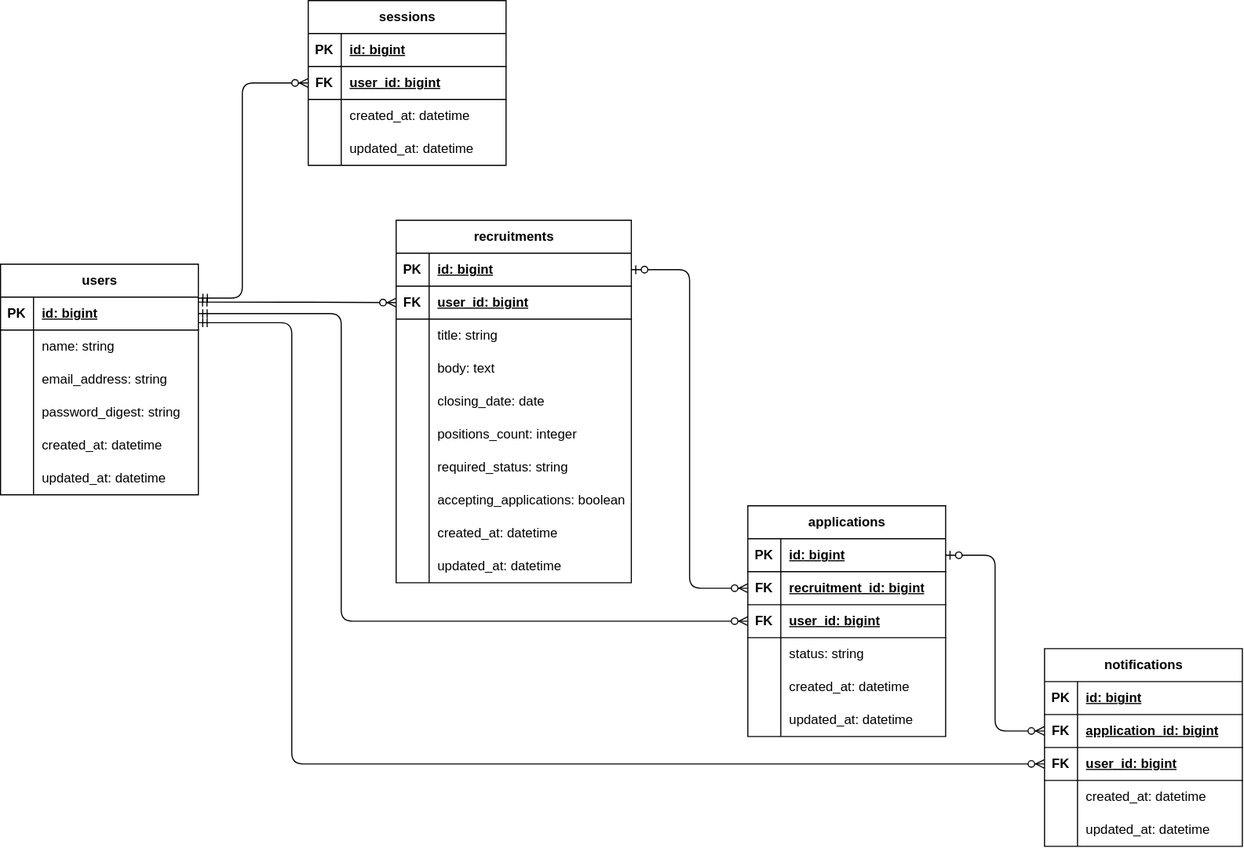
Before: docs/er-diagram.drawio.svg, a diagram exported from draw.io (tnakamura0/team-development-matching). Source tidied: cells renumbered, new cells last; positions are measured from the earlier drawing's top-left corner, leaving out a move shared by most shapes.
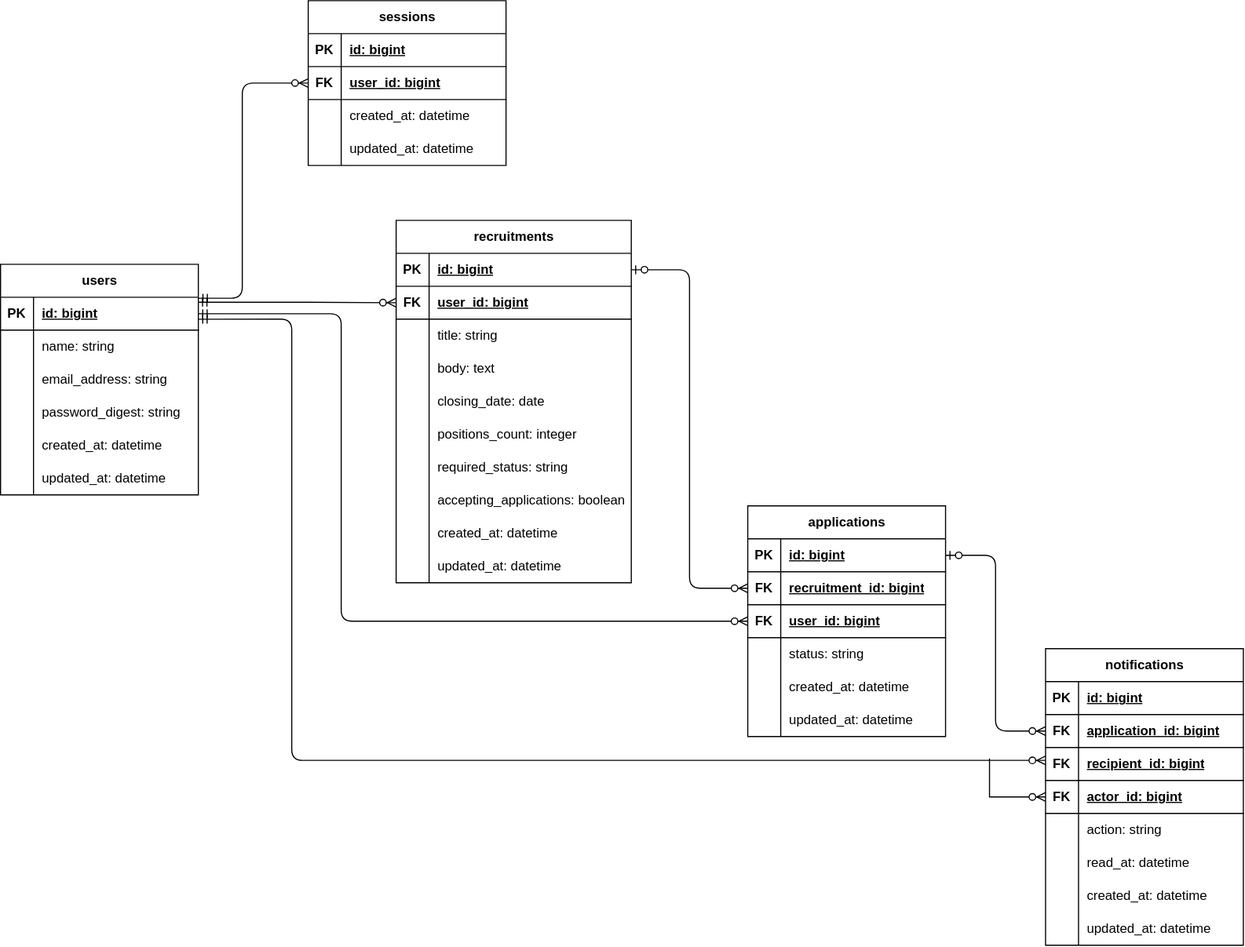
After the change.

Commit message:
docs: 通知機能を追加するためのドキュメント更新 (#118)

Diff of the diagram source:
```diff
@@ -153,7 +153,7 @@
       <mxGeometry x="30" width="184" height="30" as="geometry" />
     </mxCell>
     <mxCell id="52" value="notifications" style="shape=table;startSize=30;rowLines=0;fontStyle=1;align=center;html=1;" parent="1" vertex="1">
-      <mxGeometry x="950" y="590" width="180" height="180" as="geometry" />
+      <mxGeometry x="951" y="590" width="180" height="270" as="geometry" />
     </mxCell>
     <mxCell id="53" style="shape=tableRow;horizontal=0;startSize=0;swimlaneHead=0;swimlaneBody=0;fillColor=none;top=0;left=0;right=0;bottom=1;" parent="52" vertex="1">
       <mxGeometry y="30" width="180" height="30" as="geometry" />
@@ -179,11 +179,38 @@
     <mxCell id="60" value="FK" style="shape=partialRectangle;fillColor=none;top=0;left=0;bottom=0;right=0;fontStyle=1;overflow=hidden;whiteSpace=wrap;html=1;" parent="59" vertex="1">
       <mxGeometry width="30" height="30" as="geometry" />
     </mxCell>
-    <mxCell id="61" value="user_id: bigint" style="shape=partialRectangle;fillColor=none;top=0;left=0;bottom=0;right=0;align=left;spacingLeft=6;fontStyle=5;overflow=hidden;whiteSpace=wrap;html=1;" parent="59" vertex="1">
+    <mxCell id="61" value="recipient_id: bigint" style="shape=partialRectangle;fillColor=none;top=0;left=0;bottom=0;right=0;align=left;spacingLeft=6;fontStyle=5;overflow=hidden;whiteSpace=wrap;html=1;" parent="59" vertex="1">
       <mxGeometry x="30" width="150" height="30" as="geometry" />
     </mxCell>
+    <mxCell id="106" style="shape=tableRow;horizontal=0;startSize=0;swimlaneHead=0;swimlaneBody=0;fillColor=none;points=[[0,0.5],[1,0.5]];portConstraint=eastwest;top=0;left=0;right=0;bottom=1;" parent="52" vertex="1">
+      <mxGeometry y="120" width="180" height="30" as="geometry" />
+    </mxCell>
+    <mxCell id="107" value="FK" style="shape=partialRectangle;fillColor=none;top=0;left=0;bottom=0;right=0;fontStyle=1;overflow=hidden;whiteSpace=wrap;html=1;" parent="106" vertex="1">
+      <mxGeometry width="30" height="30" as="geometry" />
+    </mxCell>
+    <mxCell id="108" value="actor_id: bigint" style="shape=partialRectangle;fillColor=none;top=0;left=0;bottom=0;right=0;align=left;spacingLeft=6;fontStyle=5;overflow=hidden;whiteSpace=wrap;html=1;" parent="106" vertex="1">
+      <mxGeometry x="30" width="150" height="30" as="geometry" />
+    </mxCell>
+    <mxCell id="109" style="shape=tableRow;horizontal=0;startSize=0;swimlaneHead=0;swimlaneBody=0;fillColor=none;top=0;left=0;right=0;bottom=0;" parent="52" vertex="1">
+      <mxGeometry y="150" width="180" height="30" as="geometry" />
+    </mxCell>
+    <mxCell id="110" style="shape=partialRectangle;fillColor=none;top=0;left=0;bottom=0;right=0;overflow=hidden;whiteSpace=wrap;html=1;" parent="109" vertex="1">
+      <mxGeometry width="30" height="30" as="geometry" />
+    </mxCell>
+    <mxCell id="111" value="action: string" style="shape=partialRectangle;fillColor=none;top=0;left=0;bottom=0;right=0;align=left;spacingLeft=6;overflow=hidden;whiteSpace=wrap;html=1;" parent="109" vertex="1">
+      <mxGeometry x="30" width="150" height="30" as="geometry" />
+    </mxCell>
+    <mxCell id="112" style="shape=tableRow;horizontal=0;startSize=0;swimlaneHead=0;swimlaneBody=0;fillColor=none;top=0;left=0;right=0;bottom=0;" parent="52" vertex="1">
+      <mxGeometry y="180" width="180" height="30" as="geometry" />
+    </mxCell>
+    <mxCell id="113" style="shape=partialRectangle;fillColor=none;top=0;left=0;bottom=0;right=0;overflow=hidden;whiteSpace=wrap;html=1;" parent="112" vertex="1">
+      <mxGeometry width="30" height="30" as="geometry" />
+    </mxCell>
+    <mxCell id="114" value="read_at: datetime" style="shape=partialRectangle;fillColor=none;top=0;left=0;bottom=0;right=0;align=left;spacingLeft=6;overflow=hidden;whiteSpace=wrap;html=1;" parent="112" vertex="1">
+      <mxGeometry x="30" width="150" height="30" as="geometry" />
+    </mxCell>
     <mxCell id="62" style="shape=tableRow;horizontal=0;startSize=0;swimlaneHead=0;swimlaneBody=0;fillColor=none;top=0;left=0;right=0;bottom=0;" parent="52" vertex="1">
-      <mxGeometry y="120" width="180" height="30" as="geometry" />
+      <mxGeometry y="210" width="180" height="30" as="geometry" />
     </mxCell>
     <mxCell id="63" style="shape=partialRectangle;fillColor=none;top=0;left=0;bottom=0;right=0;overflow=hidden;whiteSpace=wrap;html=1;" parent="62" vertex="1">
       <mxGeometry width="30" height="30" as="geometry" />
@@ -192,7 +219,7 @@
       <mxGeometry x="30" width="150" height="30" as="geometry" />
     </mxCell>
     <mxCell id="65" style="shape=tableRow;horizontal=0;startSize=0;swimlaneHead=0;swimlaneBody=0;fillColor=none;top=0;left=0;right=0;bottom=0;" parent="52" vertex="1">
-      <mxGeometry y="150" width="180" height="30" as="geometry" />
+      <mxGeometry y="240" width="180" height="30" as="geometry" />
     </mxCell>
     <mxCell id="66" style="shape=partialRectangle;fillColor=none;top=0;left=0;bottom=0;right=0;overflow=hidden;whiteSpace=wrap;html=1;" parent="65" vertex="1">
       <mxGeometry width="30" height="30" as="geometry" />
@@ -268,11 +295,13 @@
         </Array>
       </mxGeometry>
     </mxCell>
-    <mxCell id="89" style="edgeStyle=orthogonalEdgeStyle;fontSize=12;html=1;endArrow=ERzeroToMany;startArrow=ERmandOne;entryX=0;entryY=0.5;entryDx=0;entryDy=0;exitX=1;exitY=0.777;exitDx=0;exitDy=0;exitPerimeter=0;" parent="1" edge="1" source="3" target="59">
+    <mxCell id="89" style="edgeStyle=orthogonalEdgeStyle;fontSize=12;html=1;endArrow=ERzeroToMany;startArrow=ERmandOne;entryX=0;entryY=0.5;entryDx=0;entryDy=0;exitX=1;exitY=0.777;exitDx=0;exitDy=0;exitPerimeter=0;" parent="1" edge="1">
       <mxGeometry x="-0.03" relative="1" as="geometry">
+        <mxPoint x="180" y="290" as="sourcePoint" />
+        <mxPoint x="951" y="691.7" as="targetPoint" />
         <Array as="points">
-          <mxPoint x="265" y="293.3" />
-          <mxPoint x="265" y="695" />
+          <mxPoint x="265" y="290" />
+          <mxPoint x="265" y="691.7" />
         </Array>
       </mxGeometry>
     </mxCell>
@@ -329,5 +358,10 @@
         </Array>
       </mxGeometry>
     </mxCell>
+    <mxCell id="115" style="edgeStyle=orthogonalEdgeStyle;fontSize=12;html=1;endArrow=ERzeroToMany;endFill=1;rounded=0;defaultLabelBackgroundColor=page;labelPadding=0 4;entryX=0;entryY=0.5;entryDx=0;entryDy=0;strokeColor=default;" parent="1" edge="1" target="106">
+      <mxGeometry x="0.01" relative="1" as="geometry">
+        <mxPoint x="900" y="690" as="sourcePoint" />
+      </mxGeometry>
+    </mxCell>
   </root>
 </mxGraphModel>
```
